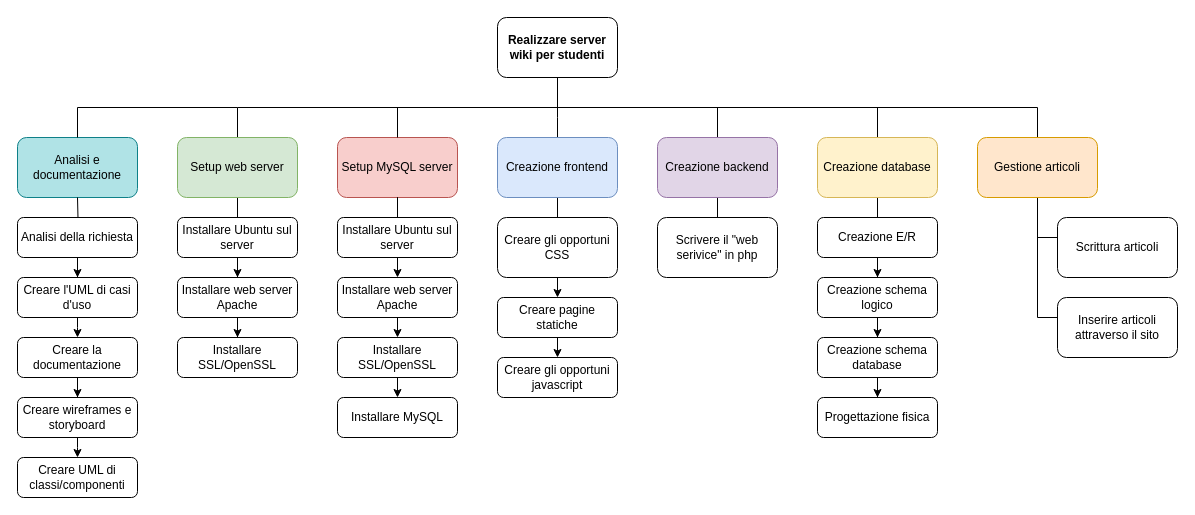
Before: project_management/wikistudenti_WBS.drawio in LucaAvveduto/5C_WikiStudenti_Avveduto_Barani_Brambilla_Cecire, a draw.io diagram. Source tidied: cells renumbered, new cells numbered last; positions are measured from the earlier drawing's top-left corner, leaving out a move shared by most shapes. Both pictures are drawn from the tidied source at 100%, with x=0, y=0 at pixel (17, 17).
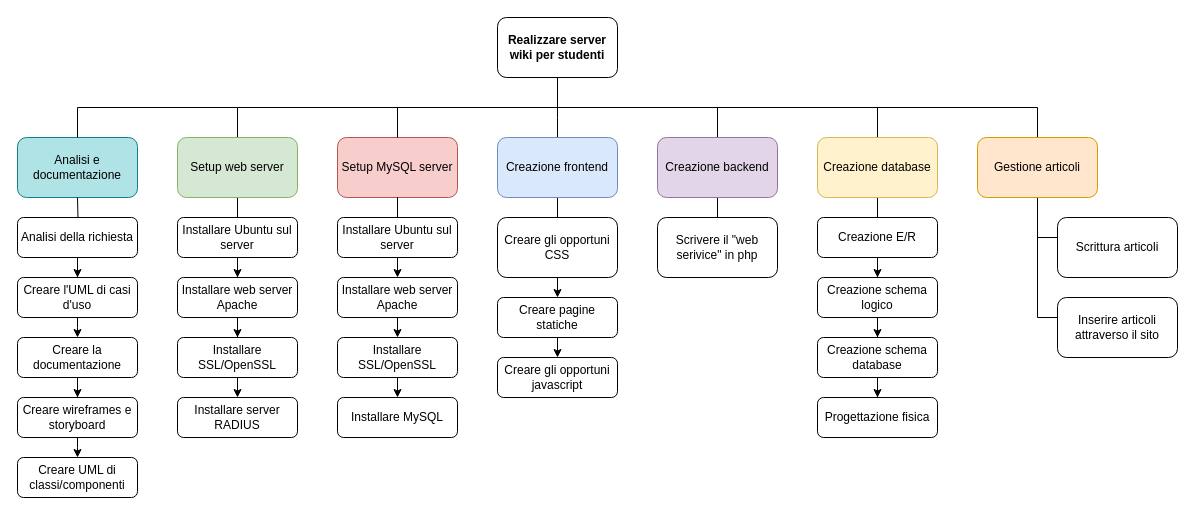
After the change.

Unchanged cells that the change refers to:
```xml
<mxCell id="31" value="Installare SSL/OpenSSL" style="rounded=1;whiteSpace=wrap;html=1;" parent="1" vertex="1">
  <mxGeometry x="160" y="320" width="120" height="40" as="geometry" />
</mxCell>
```

What changed in the source:
```diff
@@
+    <mxCell id="61" style="edgeStyle=none;html=1;" parent="1" edge="1" source="31" target="62">
+      <mxGeometry relative="1" as="geometry" />
+    </mxCell>
@@
+    <mxCell id="62" value="Installare server RADIUS" style="rounded=1;whiteSpace=wrap;html=1;" parent="1" vertex="1">
+      <mxGeometry x="160" y="380" width="120" height="40" as="geometry" />
+    </mxCell>
```
